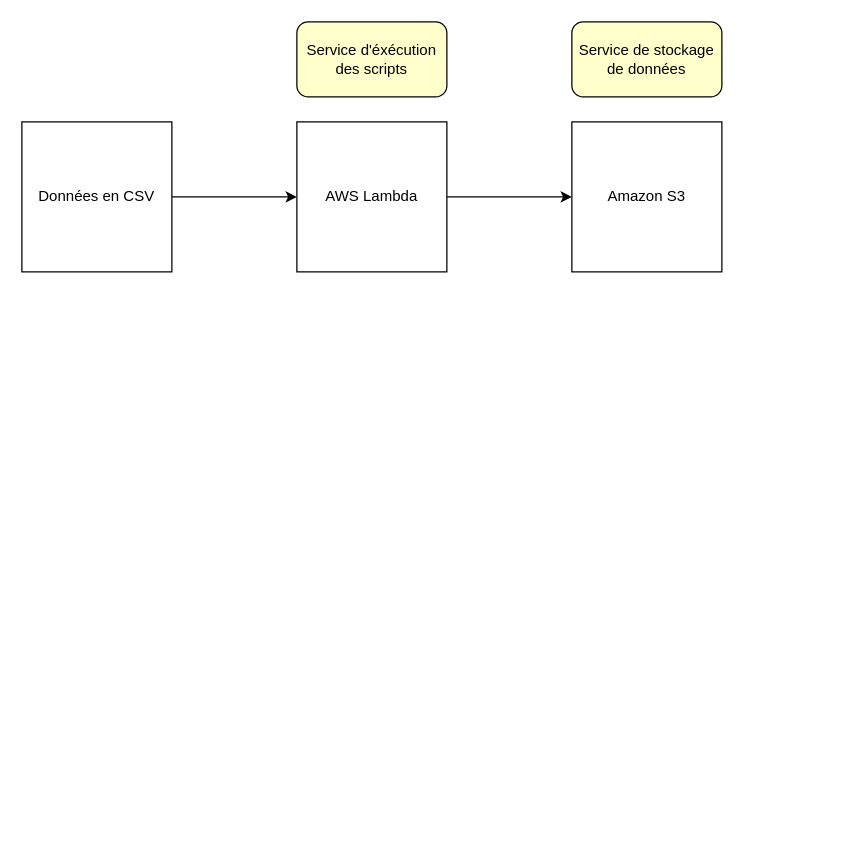
sheerinbanu/CDA keeps this draw.io diagram as Untitled Diagram.drawio. Above is the earlier version. Source tidied: cells renumbered, new cells numbered last; positions are measured from the earlier drawing's top-left corner, leaving out a move shared by most shapes. Both pictures are drawn from the tidied source at 125%, with x=0, y=0 at pixel (21, 21).
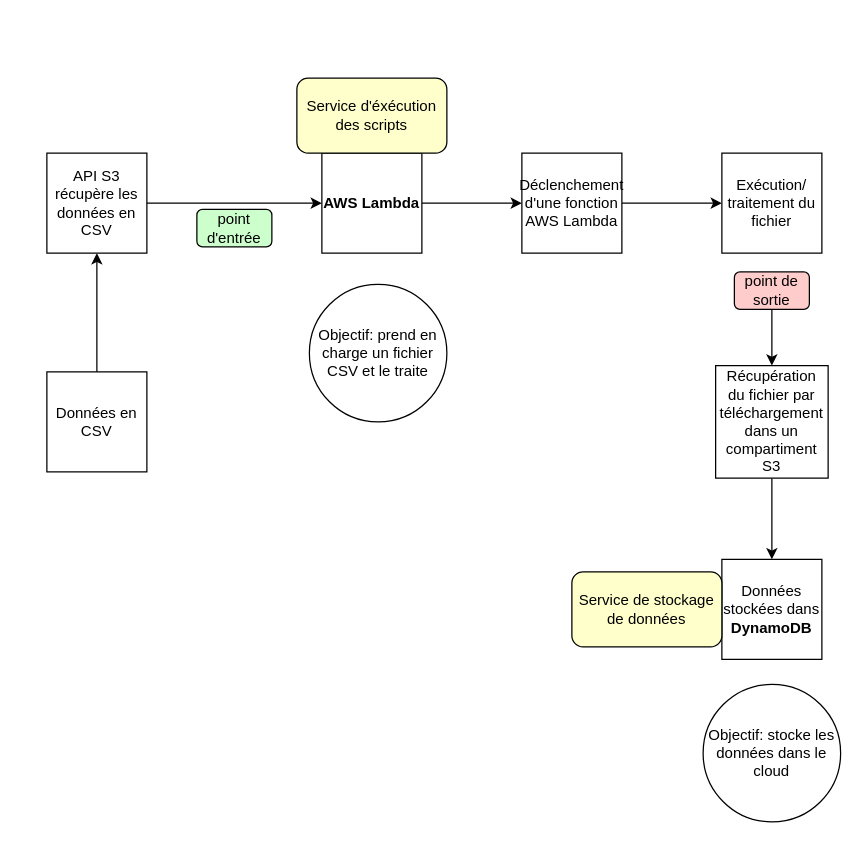
After the change.

Commit message:
Update Data Engineer Diagram.drawio

What changed in the source:
```diff
@@
-    <mxCell id="2" style="edgeStyle=orthogonalEdgeStyle;rounded=0;jettySize=auto;html=1;" parent="1" edge="1" source="3">
-      <mxGeometry relative="1" as="geometry">
-        <mxPoint x="220" y="140" as="targetPoint" />
-      </mxGeometry>
-    </mxCell>
+    <mxCell id="9" style="edgeStyle=orthogonalEdgeStyle;rounded=0;jettySize=auto;html=1;" parent="1" edge="1" source="3" target="12">
+      <mxGeometry relative="1" as="geometry" />
+    </mxCell>
     <mxCell id="3" value="Données en CSV" style="whiteSpace=wrap;html=1;" parent="1" vertex="1">
-      <mxGeometry y="80" width="120" height="120" as="geometry" />
+      <mxGeometry x="20" y="280" width="80" height="80" as="geometry" />
     </mxCell>
-    <mxCell id="4" style="edgeStyle=orthogonalEdgeStyle;rounded=0;jettySize=auto;html=1;" parent="1" edge="1" source="5">
-      <mxGeometry relative="1" as="geometry">
-        <mxPoint x="440" y="140" as="targetPoint" />
-      </mxGeometry>
-    </mxCell>
+    <mxCell id="10" style="edgeStyle=orthogonalEdgeStyle;rounded=0;jettySize=auto;html=1;" parent="1" edge="1" source="5" target="15">
+      <mxGeometry relative="1" as="geometry" />
+    </mxCell>
-    <mxCell id="5" value="AWS Lambda" style="whiteSpace=wrap;html=1;" parent="1" vertex="1">
-      <mxGeometry x="220" y="80" width="120" height="120" as="geometry" />
+    <mxCell id="5" value="&lt;b&gt;AWS Lambda&lt;/b&gt;" style="whiteSpace=wrap;html=1;" parent="1" vertex="1">
+      <mxGeometry x="240" y="105" width="80" height="80" as="geometry" />
     </mxCell>
-    <mxCell id="6" value="Amazon S3" style="whiteSpace=wrap;html=1;" parent="1" vertex="1">
-      <mxGeometry x="440" y="80" width="120" height="120" as="geometry" />
+    <mxCell id="6" value="Données stockées dans&lt;div&gt;&lt;b&gt;DynamoDB&lt;/b&gt;&lt;/div&gt;" style="whiteSpace=wrap;html=1;" parent="1" vertex="1">
+      <mxGeometry x="560" y="430" width="80" height="80" as="geometry" />
     </mxCell>
     <mxCell id="7" value="Service d'éxécution des scripts" style="rounded=1;whiteSpace=wrap;html=1;fillColor=#FFFFCC;" parent="1" vertex="1">
-      <mxGeometry x="220" width="120" height="60" as="geometry" />
+      <mxGeometry x="220" y="45" width="120" height="60" as="geometry" />
     </mxCell>
     <mxCell id="8" value="Service de stockage de données" style="rounded=1;whiteSpace=wrap;html=1;fillColor=#FFFFCC;" parent="1" vertex="1">
-      <mxGeometry x="440" width="120" height="60" as="geometry" />
+      <mxGeometry x="440" y="440" width="120" height="60" as="geometry" />
     </mxCell>
+    <mxCell id="11" style="edgeStyle=orthogonalEdgeStyle;rounded=0;jettySize=auto;html=1;" parent="1" edge="1" source="12" target="5">
+      <mxGeometry relative="1" as="geometry" />
+    </mxCell>
+    <mxCell id="12" value="API S3 récupère les données en CSV" style="whiteSpace=wrap;html=1;" parent="1" vertex="1">
+      <mxGeometry x="20" y="105" width="80" height="80" as="geometry" />
+    </mxCell>
+    <mxCell id="13" value="point d'entrée" style="rounded=1;whiteSpace=wrap;html=1;fillColor=#CCFFCC;" parent="1" vertex="1">
+      <mxGeometry x="140" y="150" width="60" height="30" as="geometry" />
+    </mxCell>
+    <mxCell id="14" style="edgeStyle=orthogonalEdgeStyle;rounded=0;jettySize=auto;html=1;" parent="1" edge="1" source="15" target="16">
+      <mxGeometry relative="1" as="geometry" />
+    </mxCell>
+    <mxCell id="15" value="Déclenchement d'une fonction AWS Lambda" style="whiteSpace=wrap;html=1;" parent="1" vertex="1">
+      <mxGeometry x="400" y="105" width="80" height="80" as="geometry" />
+    </mxCell>
+    <mxCell id="16" value="Exécution/&lt;div&gt;traitement du fichier&lt;/div&gt;" style="whiteSpace=wrap;html=1;" parent="1" vertex="1">
+      <mxGeometry x="560" y="105" width="80" height="80" as="geometry" />
+    </mxCell>
+    <mxCell id="17" style="edgeStyle=orthogonalEdgeStyle;rounded=0;jettySize=auto;html=1;" parent="1" edge="1" source="18" target="22">
+      <mxGeometry relative="1" as="geometry" />
+    </mxCell>
+    <mxCell id="18" value="point de sortie" style="rounded=1;whiteSpace=wrap;html=1;fillColor=#FFCCCC;" parent="1" vertex="1">
+      <mxGeometry x="570" y="200" width="60" height="30" as="geometry" />
+    </mxCell>
+    <mxCell id="19" value="Objectif: stocke les données dans le cloud" style="ellipse;whiteSpace=wrap;html=1;" parent="1" vertex="1">
+      <mxGeometry x="545" y="530" width="110" height="110" as="geometry" />
+    </mxCell>
+    <mxCell id="20" value="Objectif: prend en charge un fichier CSV et le traite" style="ellipse;whiteSpace=wrap;html=1;" parent="1" vertex="1">
+      <mxGeometry x="230" y="210" width="110" height="110" as="geometry" />
+    </mxCell>
+    <mxCell id="21" style="edgeStyle=orthogonalEdgeStyle;rounded=0;jettySize=auto;html=1;" parent="1" edge="1" source="22" target="6">
+      <mxGeometry relative="1" as="geometry" />
+    </mxCell>
+    <mxCell id="22" value="Récupération du fichier par téléchargement dans un compartiment S3" style="whiteSpace=wrap;html=1;" parent="1" vertex="1">
+      <mxGeometry x="555" y="275" width="90" height="90" as="geometry" />
+    </mxCell>
```
